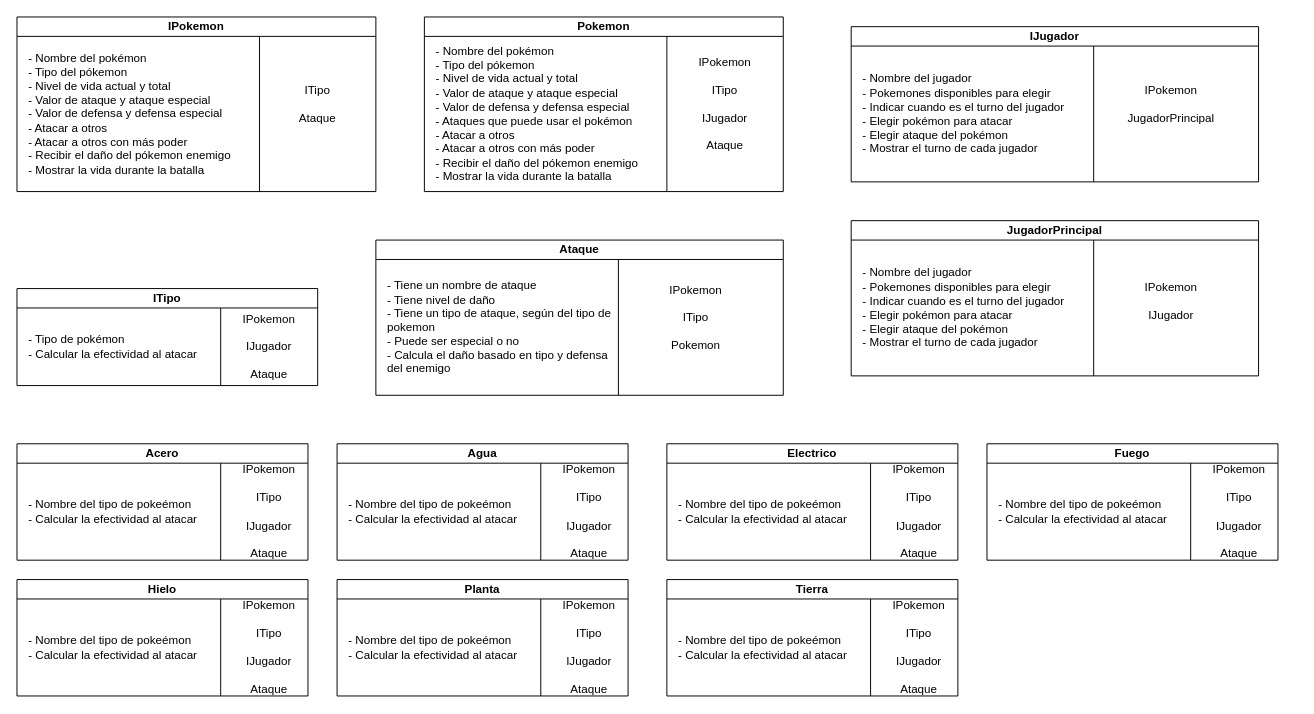
Before: docs/Tarjetas CRC Primera Entrega.drawio in ucudal/pii_2024_2_equipo16, a draw.io diagram. Source tidied: cells renumbered, new cells numbered last; positions are measured from the earlier drawing's top-left corner, leaving out a move shared by most shapes. Both pictures are drawn from the tidied source at 97%, with x=0, y=0 at pixel (16, 16).
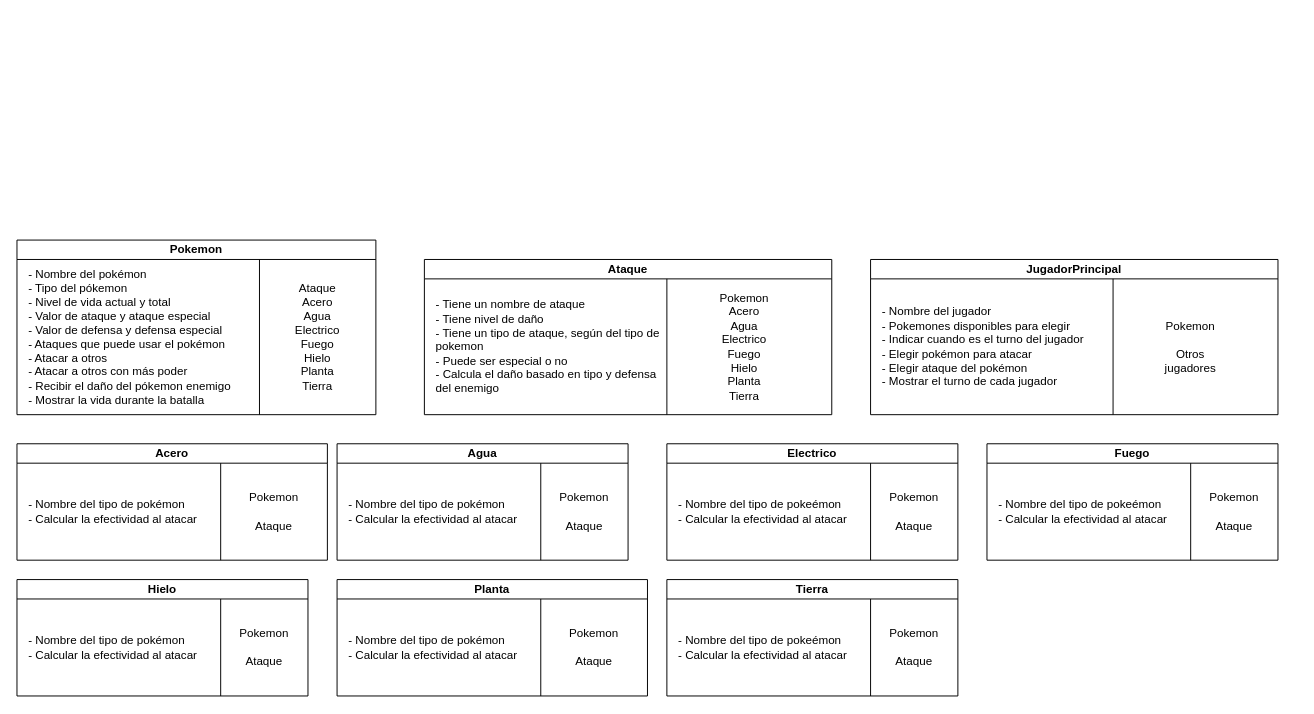
After the change.

Commit message (it also covers changes not shown here):
Flechas UML y eliminé interfaces de CRC

The change refers to these unchanged cells:
```xml
<mxCell id="26" value="Electrico" style="swimlane;whiteSpace=wrap;html=1;startSize=20;" parent="1" vertex="1">
  <mxGeometry x="670" y="440" width="300" height="120" as="geometry" />
</mxCell>
<mxCell id="30" value="Agua" style="swimlane;whiteSpace=wrap;html=1;startSize=20;" parent="1" vertex="1">
  <mxGeometry x="330" y="440" width="300" height="120" as="geometry" />
</mxCell>
<mxCell id="34" value="Fuego" style="swimlane;whiteSpace=wrap;html=1;startSize=20;" parent="1" vertex="1">
  <mxGeometry x="1000" y="440" width="300" height="120" as="geometry" />
</mxCell>
<mxCell id="38" value="Hielo" style="swimlane;whiteSpace=wrap;html=1;startSize=20;" parent="1" vertex="1">
  <mxGeometry y="580" width="300" height="120" as="geometry" />
</mxCell>
<mxCell id="42" value="Tierra" style="swimlane;whiteSpace=wrap;html=1;startSize=20;" parent="1" vertex="1">
  <mxGeometry x="670" y="580" width="300" height="120" as="geometry" />
</mxCell>
```

What changed in the source:
```diff
@@
-    <mxCell id="2" value="IPokemon" style="swimlane;whiteSpace=wrap;html=1;startSize=20;" parent="1" vertex="1">
-      <mxGeometry width="370" height="180" as="geometry" />
-    </mxCell>
-    <mxCell id="3" value="- Nombre del pokémon&lt;div&gt;&lt;div&gt;&lt;div&gt;- Tipo del pókemon&lt;/div&gt;&lt;div&gt;- Nivel de vida actual y total&lt;/div&gt;&lt;div&gt;- Valor de ataque y ataque especial&lt;/div&gt;&lt;/div&gt;&lt;div&gt;- Valor de defensa y defensa especial&lt;/div&gt;&lt;div&gt;- Atacar a otros&lt;/div&gt;&lt;div&gt;- Atacar a otros con más poder&lt;/div&gt;&lt;div&gt;- Recibir el daño del pókemon enemigo&lt;/div&gt;&lt;div&gt;- Mostrar la vida durante la batalla&lt;/div&gt;&lt;/div&gt;" style="text;html=1;align=left;verticalAlign=middle;whiteSpace=wrap;rounded=0;" parent="2" vertex="1">
-      <mxGeometry x="10" y="20" width="240" height="160" as="geometry" />
-    </mxCell>
-    <mxCell id="4" style="endArrow=none;html=1;rounded=0;exitX=1;exitY=1;exitDx=0;exitDy=0;" parent="2" edge="1" source="3">
-      <mxGeometry relative="1" as="geometry">
-        <mxPoint x="250" y="20" as="targetPoint" />
-        <Array as="points">
-          <mxPoint x="250" y="20" />
-        </Array>
-      </mxGeometry>
-    </mxCell>
-    <mxCell id="5" value="ITipo&lt;div&gt;&lt;br&gt;&lt;div&gt;Ataque&lt;/div&gt;&lt;/div&gt;" style="text;html=1;align=center;verticalAlign=middle;whiteSpace=wrap;rounded=0;" parent="2" vertex="1">
-      <mxGeometry x="250" y="75" width="120" height="30" as="geometry" />
-    </mxCell>
-    <mxCell id="6" value="ITipo" style="swimlane;whiteSpace=wrap;html=1;startSize=20;" parent="1" vertex="1">
-      <mxGeometry y="280" width="310" height="100" as="geometry" />
-    </mxCell>
-    <mxCell id="7" value="- Tipo de pokémon&lt;div&gt;- Calcular la efectividad al atacar&lt;br&gt;&lt;/div&gt;" style="text;html=1;align=left;verticalAlign=middle;whiteSpace=wrap;rounded=0;" parent="6" vertex="1">
-      <mxGeometry x="10" y="30" width="180" height="60" as="geometry" />
-    </mxCell>
-    <mxCell id="8" value="IPokemon&lt;div&gt;&lt;br&gt;&lt;div&gt;IJugador&lt;/div&gt;&lt;/div&gt;&lt;div&gt;&lt;br&gt;&lt;/div&gt;&lt;div&gt;Ataque&lt;/div&gt;" style="text;html=1;align=center;verticalAlign=middle;whiteSpace=wrap;rounded=0;" parent="6" vertex="1">
-      <mxGeometry x="230" y="20" width="60" height="80" as="geometry" />
-    </mxCell>
-    <mxCell id="9" style="endArrow=none;html=1;rounded=0;" parent="6" edge="1">
-      <mxGeometry relative="1" as="geometry">
-        <mxPoint x="210" y="100" as="sourcePoint" />
-        <mxPoint x="210" y="20" as="targetPoint" />
-      </mxGeometry>
-    </mxCell>
-    <mxCell id="10" value="IJugador" style="swimlane;whiteSpace=wrap;html=1;startSize=20;" parent="1" vertex="1">
-      <mxGeometry x="860" y="10" width="420" height="160" as="geometry" />
-    </mxCell>
-    <mxCell id="11" value="- Nombre del jugador&lt;div&gt;- Pokemones disponibles para elegir&lt;/div&gt;&lt;div&gt;&lt;span style=&quot;background-color: initial;&quot;&gt;- Indicar cuando es el turno del jugador&lt;/span&gt;&lt;/div&gt;&lt;div&gt;&lt;span style=&quot;background-color: initial;&quot;&gt;- Elegir pokémon para atacar&lt;/span&gt;&lt;br&gt;&lt;/div&gt;&lt;div&gt;- Elegir ataque del pokémon&amp;nbsp;&lt;/div&gt;&lt;div&gt;- Mostrar el turno de cada jugador&lt;/div&gt;" style="text;html=1;align=left;verticalAlign=middle;whiteSpace=wrap;rounded=0;" parent="10" vertex="1">
-      <mxGeometry x="10" y="20" width="240" height="140" as="geometry" />
-    </mxCell>
-    <mxCell id="12" style="endArrow=none;html=1;rounded=0;exitX=1;exitY=1;exitDx=0;exitDy=0;" parent="10" edge="1" source="11">
-      <mxGeometry relative="1" as="geometry">
-        <mxPoint x="250" y="20" as="targetPoint" />
-      </mxGeometry>
-    </mxCell>
-    <mxCell id="13" value="IPokemon&lt;div&gt;&lt;br&gt;&lt;/div&gt;&lt;div&gt;JugadorPrincipal&lt;/div&gt;" style="text;html=1;align=center;verticalAlign=middle;whiteSpace=wrap;rounded=0;" parent="10" vertex="1">
-      <mxGeometry x="300" y="65" width="60" height="30" as="geometry" />
-    </mxCell>
     <mxCell id="14" value="Ataque" style="swimlane;whiteSpace=wrap;html=1;startSize=20;" parent="1" vertex="1">
-      <mxGeometry x="370" y="230" width="420" height="160" as="geometry" />
+      <mxGeometry x="420" y="250" width="420" height="160" as="geometry" />
     </mxCell>
@@
-    <mxCell id="17" value="IPokemon&lt;div&gt;&lt;br&gt;&lt;/div&gt;&lt;div&gt;ITipo&lt;/div&gt;&lt;div&gt;&lt;br&gt;&lt;/div&gt;&lt;div&gt;Pokemon&lt;/div&gt;" style="text;html=1;align=center;verticalAlign=middle;whiteSpace=wrap;rounded=0;" parent="14" vertex="1">
-      <mxGeometry x="300" y="65" width="60" height="30" as="geometry" />
+    <mxCell id="17" value="&lt;div&gt;&lt;span style=&quot;background-color: initial;&quot;&gt;Pokemon&lt;/span&gt;&lt;br&gt;&lt;/div&gt;&lt;div&gt;&lt;span style=&quot;background-color: initial;&quot;&gt;Acero&lt;/span&gt;&lt;/div&gt;&lt;div&gt;&lt;span style=&quot;background-color: initial;&quot;&gt;Agua&lt;/span&gt;&lt;/div&gt;&lt;div&gt;&lt;span style=&quot;background-color: initial;&quot;&gt;Electrico&lt;/span&gt;&lt;/div&gt;&lt;div&gt;&lt;span style=&quot;background-color: initial;&quot;&gt;Fuego&lt;/span&gt;&lt;/div&gt;&lt;div&gt;&lt;span style=&quot;background-color: initial;&quot;&gt;Hielo&lt;/span&gt;&lt;/div&gt;&lt;div&gt;&lt;span style=&quot;background-color: initial;&quot;&gt;Planta&lt;/span&gt;&lt;/div&gt;&lt;div&gt;&lt;span style=&quot;background-color: initial;&quot;&gt;Tierra&lt;/span&gt;&lt;/div&gt;" style="text;html=1;align=center;verticalAlign=middle;whiteSpace=wrap;rounded=0;" parent="14" vertex="1">
+      <mxGeometry x="300" y="75" width="60" height="30" as="geometry" />
     </mxCell>
     <mxCell id="18" value="Pokemon" style="swimlane;whiteSpace=wrap;html=1;startSize=20;" parent="1" vertex="1">
-      <mxGeometry x="420" width="370" height="180" as="geometry" />
+      <mxGeometry y="230" width="370" height="180" as="geometry" />
     </mxCell>
@@
-    <mxCell id="21" value="IPokemon&lt;div&gt;&lt;br&gt;&lt;/div&gt;&lt;div&gt;ITipo&lt;/div&gt;&lt;div&gt;&lt;br&gt;&lt;/div&gt;&lt;div&gt;IJugador&lt;br&gt;&lt;div&gt;&lt;br&gt;&lt;div&gt;Ataque&lt;/div&gt;&lt;/div&gt;&lt;/div&gt;" style="text;html=1;align=center;verticalAlign=middle;whiteSpace=wrap;rounded=0;" parent="18" vertex="1">
-      <mxGeometry x="250" y="75" width="120" height="30" as="geometry" />
-    </mxCell>
+    <mxCell id="54" value="&lt;div&gt;Ataque&lt;/div&gt;&lt;div&gt;&lt;span style=&quot;background-color: initial;&quot;&gt;Acero&lt;/span&gt;&lt;/div&gt;&lt;div&gt;&lt;span style=&quot;background-color: initial;&quot;&gt;Agua&lt;/span&gt;&lt;/div&gt;&lt;div&gt;&lt;span style=&quot;background-color: initial;&quot;&gt;Electrico&lt;/span&gt;&lt;/div&gt;&lt;div&gt;&lt;span style=&quot;background-color: initial;&quot;&gt;Fuego&lt;/span&gt;&lt;/div&gt;&lt;div&gt;&lt;span style=&quot;background-color: initial;&quot;&gt;Hielo&lt;/span&gt;&lt;/div&gt;&lt;div&gt;&lt;span style=&quot;background-color: initial;&quot;&gt;Planta&lt;/span&gt;&lt;/div&gt;&lt;div&gt;&lt;span style=&quot;background-color: initial;&quot;&gt;Tierra&lt;/span&gt;&lt;/div&gt;" style="text;html=1;align=center;verticalAlign=middle;whiteSpace=wrap;rounded=0;" parent="18" vertex="1">
+      <mxGeometry x="280" y="85" width="60" height="30" as="geometry" />
+    </mxCell>
     <mxCell id="22" value="Acero" style="swimlane;whiteSpace=wrap;html=1;startSize=20;" parent="1" vertex="1">
-      <mxGeometry y="440" width="300" height="120" as="geometry" />
+      <mxGeometry y="440" width="320" height="120" as="geometry" />
     </mxCell>
-    <mxCell id="23" value="- Nombre del tipo de pokeémon&lt;div&gt;&lt;div&gt;&lt;div&gt;- Calcular la efectividad al atacar&lt;/div&gt;&lt;/div&gt;&lt;/div&gt;" style="text;html=1;align=left;verticalAlign=middle;whiteSpace=wrap;rounded=0;" parent="22" vertex="1">
+    <mxCell id="23" value="- Nombre del tipo de pokémon&lt;div&gt;&lt;div&gt;&lt;div&gt;- Calcular la efectividad al atacar&lt;/div&gt;&lt;/div&gt;&lt;/div&gt;" style="text;html=1;align=left;verticalAlign=middle;whiteSpace=wrap;rounded=0;" parent="22" vertex="1">
       <mxGeometry x="10" y="20" width="200" height="100" as="geometry" />
     </mxCell>
@@
-    <mxCell id="25" value="IPokemon&lt;div&gt;&lt;br&gt;&lt;/div&gt;&lt;div&gt;ITipo&lt;/div&gt;&lt;div&gt;&lt;br&gt;&lt;/div&gt;&lt;div&gt;IJugador&lt;br&gt;&lt;div&gt;&lt;br&gt;&lt;div&gt;Ataque&lt;/div&gt;&lt;/div&gt;&lt;/div&gt;" style="text;html=1;align=center;verticalAlign=middle;whiteSpace=wrap;rounded=0;" parent="22" vertex="1">
-      <mxGeometry x="200" y="67.5" width="120" height="5" as="geometry" />
-    </mxCell>
+    <mxCell id="55" value="&lt;div&gt;&lt;div&gt;&lt;div&gt;Pokemon&lt;/div&gt;&lt;div&gt;&lt;br&gt;&lt;/div&gt;&lt;div&gt;Ataque&lt;/div&gt;&lt;/div&gt;&lt;/div&gt;" style="text;html=1;align=center;verticalAlign=middle;whiteSpace=wrap;rounded=0;" parent="22" vertex="1">
+      <mxGeometry x="220" y="45" width="90" height="50" as="geometry" />
+    </mxCell>
@@
-    <mxCell id="29" value="IPokemon&lt;div&gt;&lt;br&gt;&lt;/div&gt;&lt;div&gt;ITipo&lt;/div&gt;&lt;div&gt;&lt;br&gt;&lt;/div&gt;&lt;div&gt;IJugador&lt;br&gt;&lt;div&gt;&lt;br&gt;&lt;div&gt;Ataque&lt;/div&gt;&lt;/div&gt;&lt;/div&gt;" style="text;html=1;align=center;verticalAlign=middle;whiteSpace=wrap;rounded=0;" parent="26" vertex="1">
-      <mxGeometry x="200" y="67.5" width="120" height="5" as="geometry" />
-    </mxCell>
+    <mxCell id="56" value="&lt;div&gt;&lt;div&gt;&lt;div&gt;Pokemon&lt;/div&gt;&lt;div&gt;&lt;br&gt;&lt;/div&gt;&lt;div&gt;Ataque&lt;/div&gt;&lt;/div&gt;&lt;/div&gt;" style="text;html=1;align=center;verticalAlign=middle;whiteSpace=wrap;rounded=0;" parent="26" vertex="1">
+      <mxGeometry x="210" y="45" width="90" height="50" as="geometry" />
+    </mxCell>
@@
-    <mxCell id="31" value="- Nombre del tipo de pokeémon&lt;div&gt;&lt;div&gt;&lt;div&gt;- Calcular la efectividad al atacar&lt;/div&gt;&lt;/div&gt;&lt;/div&gt;" style="text;html=1;align=left;verticalAlign=middle;whiteSpace=wrap;rounded=0;" parent="30" vertex="1">
+    <mxCell id="31" value="- Nombre del tipo de pokémon&lt;div&gt;&lt;div&gt;&lt;div&gt;- Calcular la efectividad al atacar&lt;/div&gt;&lt;/div&gt;&lt;/div&gt;" style="text;html=1;align=left;verticalAlign=middle;whiteSpace=wrap;rounded=0;" parent="30" vertex="1">
       <mxGeometry x="10" y="20" width="200" height="100" as="geometry" />
     </mxCell>
@@
-    <mxCell id="33" value="IPokemon&lt;div&gt;&lt;br&gt;&lt;/div&gt;&lt;div&gt;ITipo&lt;/div&gt;&lt;div&gt;&lt;br&gt;&lt;/div&gt;&lt;div&gt;IJugador&lt;br&gt;&lt;div&gt;&lt;br&gt;&lt;div&gt;Ataque&lt;/div&gt;&lt;/div&gt;&lt;/div&gt;" style="text;html=1;align=center;verticalAlign=middle;whiteSpace=wrap;rounded=0;" parent="30" vertex="1">
-      <mxGeometry x="200" y="67.5" width="120" height="5" as="geometry" />
-    </mxCell>
+    <mxCell id="57" value="&lt;div&gt;&lt;div&gt;&lt;div&gt;Pokemon&lt;/div&gt;&lt;div&gt;&lt;br&gt;&lt;/div&gt;&lt;div&gt;Ataque&lt;/div&gt;&lt;/div&gt;&lt;/div&gt;" style="text;html=1;align=center;verticalAlign=middle;whiteSpace=wrap;rounded=0;" parent="30" vertex="1">
+      <mxGeometry x="210" y="45" width="90" height="50" as="geometry" />
+    </mxCell>
@@
-    <mxCell id="37" value="IPokemon&lt;div&gt;&lt;br&gt;&lt;/div&gt;&lt;div&gt;ITipo&lt;/div&gt;&lt;div&gt;&lt;br&gt;&lt;/div&gt;&lt;div&gt;IJugador&lt;br&gt;&lt;div&gt;&lt;br&gt;&lt;div&gt;Ataque&lt;/div&gt;&lt;/div&gt;&lt;/div&gt;" style="text;html=1;align=center;verticalAlign=middle;whiteSpace=wrap;rounded=0;" parent="34" vertex="1">
-      <mxGeometry x="200" y="67.5" width="120" height="5" as="geometry" />
-    </mxCell>
+    <mxCell id="58" value="&lt;div&gt;&lt;div&gt;&lt;div&gt;Pokemon&lt;/div&gt;&lt;div&gt;&lt;br&gt;&lt;/div&gt;&lt;div&gt;Ataque&lt;/div&gt;&lt;/div&gt;&lt;/div&gt;" style="text;html=1;align=center;verticalAlign=middle;whiteSpace=wrap;rounded=0;" parent="34" vertex="1">
+      <mxGeometry x="210" y="45" width="90" height="50" as="geometry" />
+    </mxCell>
@@
-    <mxCell id="39" value="- Nombre del tipo de pokeémon&lt;div&gt;&lt;div&gt;&lt;div&gt;- Calcular la efectividad al atacar&lt;/div&gt;&lt;/div&gt;&lt;/div&gt;" style="text;html=1;align=left;verticalAlign=middle;whiteSpace=wrap;rounded=0;" parent="38" vertex="1">
+    <mxCell id="39" value="- Nombre del tipo de pokémon&lt;div&gt;&lt;div&gt;&lt;div&gt;- Calcular la efectividad al atacar&lt;/div&gt;&lt;/div&gt;&lt;/div&gt;" style="text;html=1;align=left;verticalAlign=middle;whiteSpace=wrap;rounded=0;" parent="38" vertex="1">
       <mxGeometry x="10" y="20" width="200" height="100" as="geometry" />
     </mxCell>
@@
-    <mxCell id="41" value="IPokemon&lt;div&gt;&lt;br&gt;&lt;/div&gt;&lt;div&gt;ITipo&lt;/div&gt;&lt;div&gt;&lt;br&gt;&lt;/div&gt;&lt;div&gt;IJugador&lt;br&gt;&lt;div&gt;&lt;br&gt;&lt;div&gt;Ataque&lt;/div&gt;&lt;/div&gt;&lt;/div&gt;" style="text;html=1;align=center;verticalAlign=middle;whiteSpace=wrap;rounded=0;" parent="38" vertex="1">
-      <mxGeometry x="200" y="67.5" width="120" height="5" as="geometry" />
-    </mxCell>
+    <mxCell id="59" value="&lt;div&gt;&lt;div&gt;&lt;div&gt;Pokemon&lt;/div&gt;&lt;div&gt;&lt;br&gt;&lt;/div&gt;&lt;div&gt;Ataque&lt;/div&gt;&lt;/div&gt;&lt;/div&gt;" style="text;html=1;align=center;verticalAlign=middle;whiteSpace=wrap;rounded=0;" parent="38" vertex="1">
+      <mxGeometry x="210" y="45" width="90" height="50" as="geometry" />
+    </mxCell>
@@
-    <mxCell id="45" value="IPokemon&lt;div&gt;&lt;br&gt;&lt;/div&gt;&lt;div&gt;ITipo&lt;/div&gt;&lt;div&gt;&lt;br&gt;&lt;/div&gt;&lt;div&gt;IJugador&lt;br&gt;&lt;div&gt;&lt;br&gt;&lt;div&gt;Ataque&lt;/div&gt;&lt;/div&gt;&lt;/div&gt;" style="text;html=1;align=center;verticalAlign=middle;whiteSpace=wrap;rounded=0;" parent="42" vertex="1">
-      <mxGeometry x="200" y="67.5" width="120" height="5" as="geometry" />
-    </mxCell>
+    <mxCell id="60" value="&lt;div&gt;&lt;div&gt;&lt;div&gt;Pokemon&lt;/div&gt;&lt;div&gt;&lt;br&gt;&lt;/div&gt;&lt;div&gt;Ataque&lt;/div&gt;&lt;/div&gt;&lt;/div&gt;" style="text;html=1;align=center;verticalAlign=middle;whiteSpace=wrap;rounded=0;" parent="42" vertex="1">
+      <mxGeometry x="210" y="45" width="90" height="50" as="geometry" />
+    </mxCell>
     <mxCell id="46" value="Planta" style="swimlane;whiteSpace=wrap;html=1;startSize=20;" parent="1" vertex="1">
-      <mxGeometry x="330" y="580" width="300" height="120" as="geometry" />
+      <mxGeometry x="330" y="580" width="320" height="120" as="geometry" />
     </mxCell>
-    <mxCell id="47" value="- Nombre del tipo de pokeémon&lt;div&gt;&lt;div&gt;&lt;div&gt;- Calcular la efectividad al atacar&lt;/div&gt;&lt;/div&gt;&lt;/div&gt;" style="text;html=1;align=left;verticalAlign=middle;whiteSpace=wrap;rounded=0;" parent="46" vertex="1">
+    <mxCell id="47" value="- Nombre del tipo de pokémon&lt;div&gt;&lt;div&gt;&lt;div&gt;- Calcular la efectividad al atacar&lt;/div&gt;&lt;/div&gt;&lt;/div&gt;" style="text;html=1;align=left;verticalAlign=middle;whiteSpace=wrap;rounded=0;" parent="46" vertex="1">
       <mxGeometry x="10" y="20" width="200" height="100" as="geometry" />
     </mxCell>
@@
-    <mxCell id="49" value="IPokemon&lt;div&gt;&lt;br&gt;&lt;/div&gt;&lt;div&gt;ITipo&lt;/div&gt;&lt;div&gt;&lt;br&gt;&lt;/div&gt;&lt;div&gt;IJugador&lt;br&gt;&lt;div&gt;&lt;br&gt;&lt;div&gt;Ataque&lt;/div&gt;&lt;/div&gt;&lt;/div&gt;" style="text;html=1;align=center;verticalAlign=middle;whiteSpace=wrap;rounded=0;" parent="46" vertex="1">
-      <mxGeometry x="200" y="67.5" width="120" height="5" as="geometry" />
-    </mxCell>
+    <mxCell id="61" value="&lt;div&gt;&lt;div&gt;&lt;div&gt;Pokemon&lt;/div&gt;&lt;div&gt;&lt;br&gt;&lt;/div&gt;&lt;div&gt;Ataque&lt;/div&gt;&lt;/div&gt;&lt;/div&gt;" style="text;html=1;align=center;verticalAlign=middle;whiteSpace=wrap;rounded=0;" parent="46" vertex="1">
+      <mxGeometry x="220" y="45" width="90" height="50" as="geometry" />
+    </mxCell>
     <mxCell id="50" value="JugadorPrincipal" style="swimlane;whiteSpace=wrap;html=1;startSize=20;" parent="1" vertex="1">
-      <mxGeometry x="860" y="210" width="420" height="160" as="geometry" />
+      <mxGeometry x="880" y="250" width="420" height="160" as="geometry" />
     </mxCell>
@@
-    <mxCell id="53" value="IPokemon&lt;div&gt;&lt;br&gt;&lt;/div&gt;&lt;div&gt;IJugador&lt;div&gt;&lt;div&gt;&lt;br&gt;&lt;/div&gt;&lt;/div&gt;&lt;/div&gt;" style="text;html=1;align=center;verticalAlign=middle;whiteSpace=wrap;rounded=0;" parent="50" vertex="1">
-      <mxGeometry x="300" y="75" width="60" height="30" as="geometry" />
-    </mxCell>
+    <mxCell id="62" value="&lt;div&gt;&lt;span style=&quot;background-color: initial;&quot;&gt;Pokemon&lt;/span&gt;&lt;br&gt;&lt;/div&gt;&lt;div&gt;&lt;span style=&quot;background-color: initial;&quot;&gt;&lt;br&gt;&lt;/span&gt;&lt;/div&gt;&lt;div&gt;&lt;span style=&quot;background-color: initial;&quot;&gt;Otros jugadores&lt;/span&gt;&lt;/div&gt;" style="text;html=1;align=center;verticalAlign=middle;whiteSpace=wrap;rounded=0;" parent="50" vertex="1">
+      <mxGeometry x="300" y="75" width="60" height="30" as="geometry" />
+    </mxCell>
```
